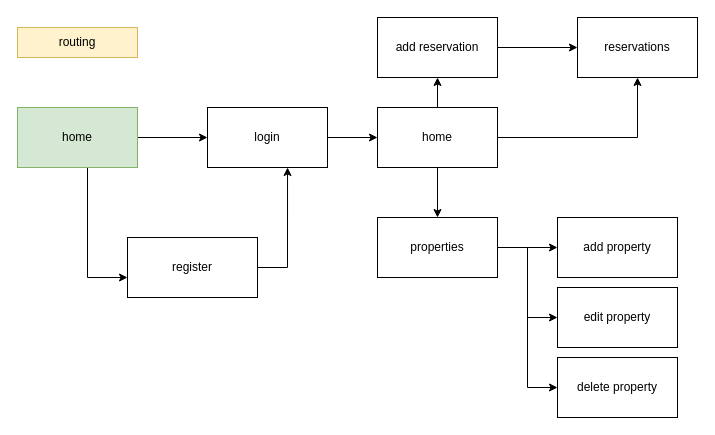
catalinaluta/travel-app keeps this draw.io diagram as docs/2 design/routing.drawio. Above is the earlier version. Source tidied: cells renumbered, new cells numbered last; positions are measured from the earlier drawing's top-left corner, leaving out a move shared by most shapes. Both pictures are drawn from the tidied source at 100%, with x=0, y=0 at pixel (17, 17).
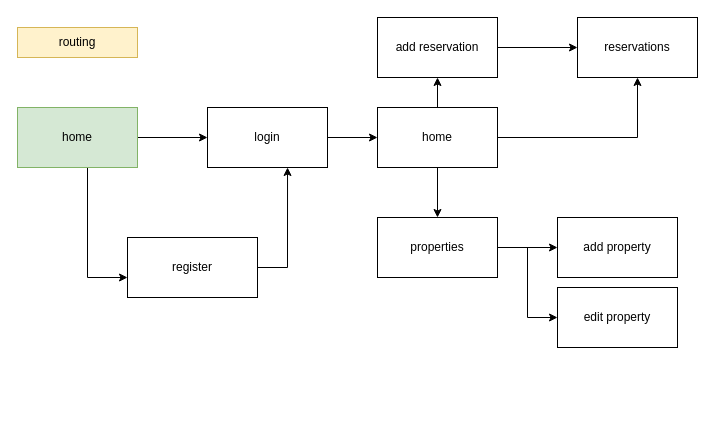
The same diagram, later.

Unchanged cells that the change refers to:
```xml
<mxCell id="17" value="properties" style="rounded=0;whiteSpace=wrap;html=1;" parent="1" vertex="1">
  <mxGeometry x="360" y="200" width="120" height="60" as="geometry" />
</mxCell>
```

The edit, as a diff of the source:
```diff
@@
-    <mxCell id="16" style="edgeStyle=orthogonalEdgeStyle;rounded=0;jettySize=auto;html=1;entryX=0;entryY=0.5;entryDx=0;entryDy=0;" parent="1" edge="1" source="17" target="20">
-      <mxGeometry relative="1" as="geometry" />
-    </mxCell>
@@
-    <mxCell id="20" value="delete property" style="rounded=0;whiteSpace=wrap;html=1;" parent="1" vertex="1">
-      <mxGeometry x="540" y="340" width="120" height="60" as="geometry" />
-    </mxCell>
```
